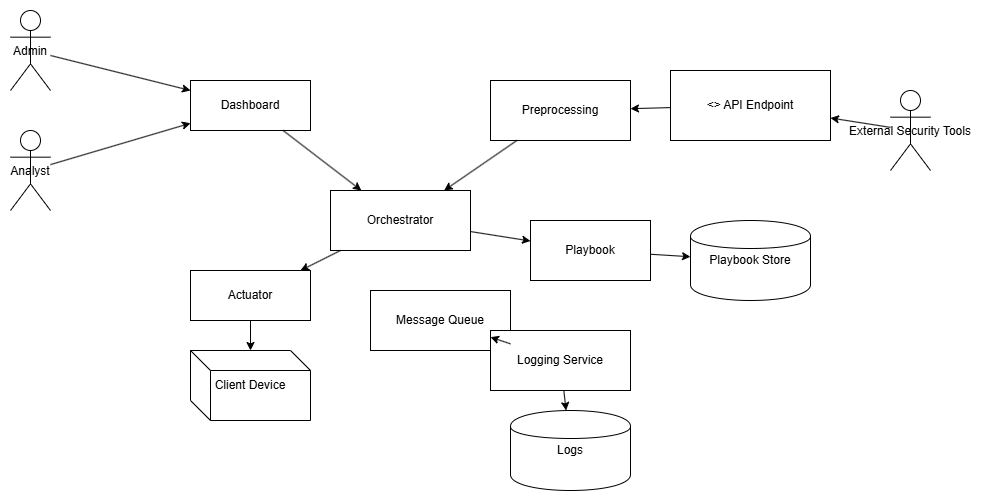
This is Design/deployment_strategy/deployment.drawio.png from Shubham-kumar2311/log-driven-incident-response, a draw.io export, as it was before one commit. Source tidied: cells renumbered, new cells last; positions are measured from the earlier drawing's top-left corner, leaving out a move shared by most shapes.
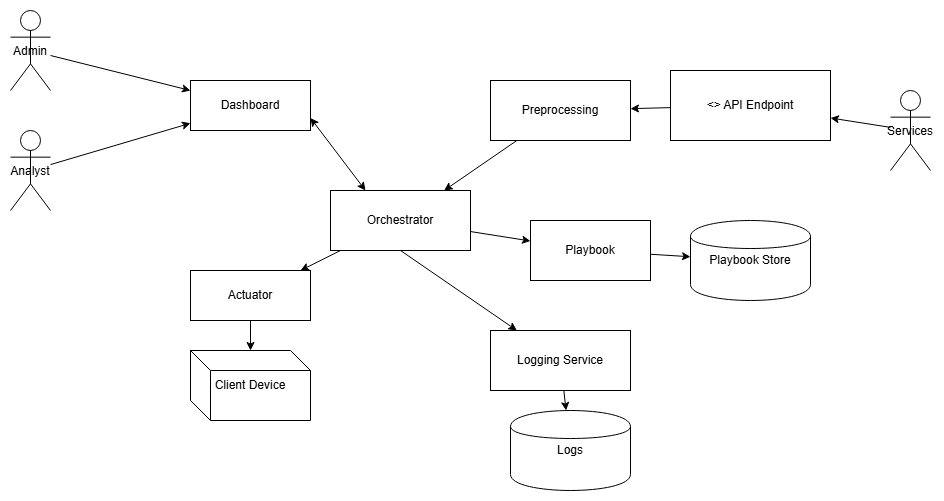
After the change.

Commit message:
deployment diagram

What changed in the source:
```diff
@@ -8,7 +8,7 @@
     <mxCell id="3" value="Analyst" style="shape=umlActor;" parent="1" vertex="1">
       <mxGeometry y="120" width="40" height="80" as="geometry" />
     </mxCell>
-    <mxCell id="4" value="External Security Tools" style="shape=umlActor;" parent="1" vertex="1">
+    <mxCell id="4" value="Services" style="shape=umlActor;" parent="1" vertex="1">
       <mxGeometry x="880" y="80" width="40" height="80" as="geometry" />
     </mxCell>
     <mxCell id="5" value="Dashboard" style="rounded=0;whiteSpace=wrap;html=1;" parent="1" vertex="1">
@@ -29,9 +29,6 @@
     <mxCell id="10" value="Client Device" style="shape=cube;whiteSpace=wrap;html=1;" parent="1" vertex="1">
       <mxGeometry x="180" y="340" width="120" height="70" as="geometry" />
     </mxCell>
-    <mxCell id="11" value="Message Queue" style="rounded=0;whiteSpace=wrap;html=1;" parent="1" vertex="1">
-      <mxGeometry x="360" y="280" width="140" height="60" as="geometry" />
-    </mxCell>
     <mxCell id="12" value="Playbook" style="rounded=0;whiteSpace=wrap;html=1;" parent="1" vertex="1">
       <mxGeometry x="520" y="210" width="120" height="60" as="geometry" />
     </mxCell>
@@ -50,9 +47,6 @@
     <mxCell id="17" parent="1" edge="1" source="3" target="5">
       <mxGeometry relative="1" as="geometry" />
     </mxCell>
-    <mxCell id="18" parent="1" edge="1" source="5" target="6">
-      <mxGeometry relative="1" as="geometry" />
-    </mxCell>
     <mxCell id="19" parent="1" edge="1" source="6" target="12">
       <mxGeometry relative="1" as="geometry" />
     </mxCell>
@@ -65,7 +59,7 @@
     <mxCell id="22" parent="1" edge="1" source="9" target="10">
       <mxGeometry relative="1" as="geometry" />
     </mxCell>
-    <mxCell id="23" parent="1" edge="1" source="11" target="14">
+    <mxCell id="23" style="exitX=0.5;exitY=1;exitDx=0;exitDy=0;" parent="1" edge="1" source="6" target="14">
       <mxGeometry relative="1" as="geometry" />
     </mxCell>
     <mxCell id="24" parent="1" edge="1" source="14" target="15">
@@ -80,5 +74,8 @@
     <mxCell id="27" parent="1" edge="1" source="4" target="8">
       <mxGeometry relative="1" as="geometry" />
     </mxCell>
+    <mxCell id="18" style="endArrow=classic;startArrow=classic;html=1;rounded=0;exitX=1;exitY=0.75;exitDx=0;exitDy=0;entryX=0.25;entryY=0;entryDx=0;entryDy=0;" parent="1" edge="1" source="5" target="6">
+      <mxGeometry relative="1" as="geometry" />
+    </mxCell>
   </root>
 </mxGraphModel>
```
